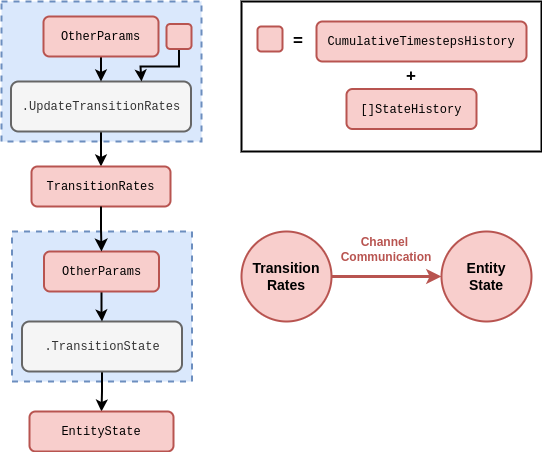
Before: assets/dexetera/dexetera-simple-state-partition-graph.drawio.png, a diagram exported from draw.io (umbralcalc/umbralcalc.github.io). Source tidied: cells renumbered, new cells last; positions are measured from the earlier drawing's top-left corner, leaving out a move shared by most shapes.
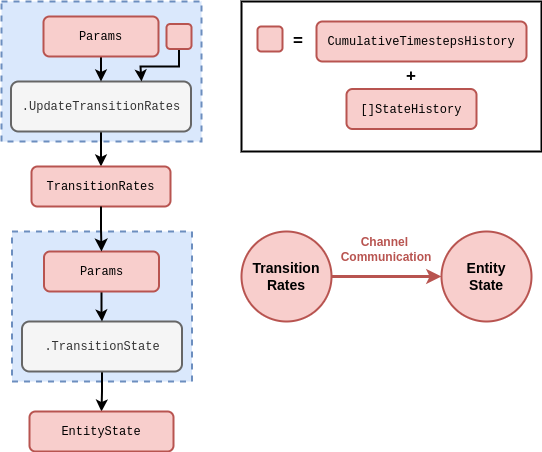
The same diagram one commit later.

The edit, as a diff of the source:
```diff
@@ -23,7 +23,7 @@
     <mxCell id="8" style="edgeStyle=orthogonalEdgeStyle;rounded=0;jettySize=auto;html=1;entryX=0.5;entryY=0;entryDx=0;entryDy=0;strokeWidth=2;" parent="1" edge="1" source="9" target="6">
       <mxGeometry relative="1" as="geometry" />
     </mxCell>
-    <mxCell id="9" value="&lt;font face=&quot;Courier New&quot;&gt;OtherParams&lt;/font&gt;" style="rounded=1;whiteSpace=wrap;html=1;strokeWidth=2;fillColor=#f8cecc;strokeColor=#b85450;" parent="1" vertex="1">
+    <mxCell id="9" value="&lt;font face=&quot;Courier New&quot;&gt;Params&lt;/font&gt;" style="rounded=1;whiteSpace=wrap;html=1;strokeWidth=2;fillColor=#f8cecc;strokeColor=#b85450;" parent="1" vertex="1">
       <mxGeometry x="42" y="15" width="115" height="40" as="geometry" />
     </mxCell>
     <mxCell id="10" style="rounded=0;whiteSpace=wrap;html=1;dashed=1;strokeWidth=2;fillColor=#dae8fc;strokeColor=#6c8ebf;" parent="1" vertex="1">
@@ -38,7 +38,7 @@
     <mxCell id="13" style="edgeStyle=orthogonalEdgeStyle;rounded=0;jettySize=auto;html=1;strokeWidth=2;" parent="1" edge="1" source="14" target="12">
       <mxGeometry relative="1" as="geometry" />
     </mxCell>
-    <mxCell id="14" value="&lt;font face=&quot;Courier New&quot;&gt;OtherParams&lt;/font&gt;" style="rounded=1;whiteSpace=wrap;html=1;strokeWidth=2;fillColor=#f8cecc;strokeColor=#b85450;" parent="1" vertex="1">
+    <mxCell id="14" value="&lt;font face=&quot;Courier New&quot;&gt;Params&lt;/font&gt;" style="rounded=1;whiteSpace=wrap;html=1;strokeWidth=2;fillColor=#f8cecc;strokeColor=#b85450;" parent="1" vertex="1">
       <mxGeometry x="42.5" y="250" width="115" height="40" as="geometry" />
     </mxCell>
     <mxCell id="15" value="&lt;font face=&quot;Courier New&quot;&gt;EntityState&lt;/font&gt;" style="rounded=1;whiteSpace=wrap;html=1;strokeWidth=2;fillColor=#f8cecc;strokeColor=#b85450;" parent="1" vertex="1">
```
